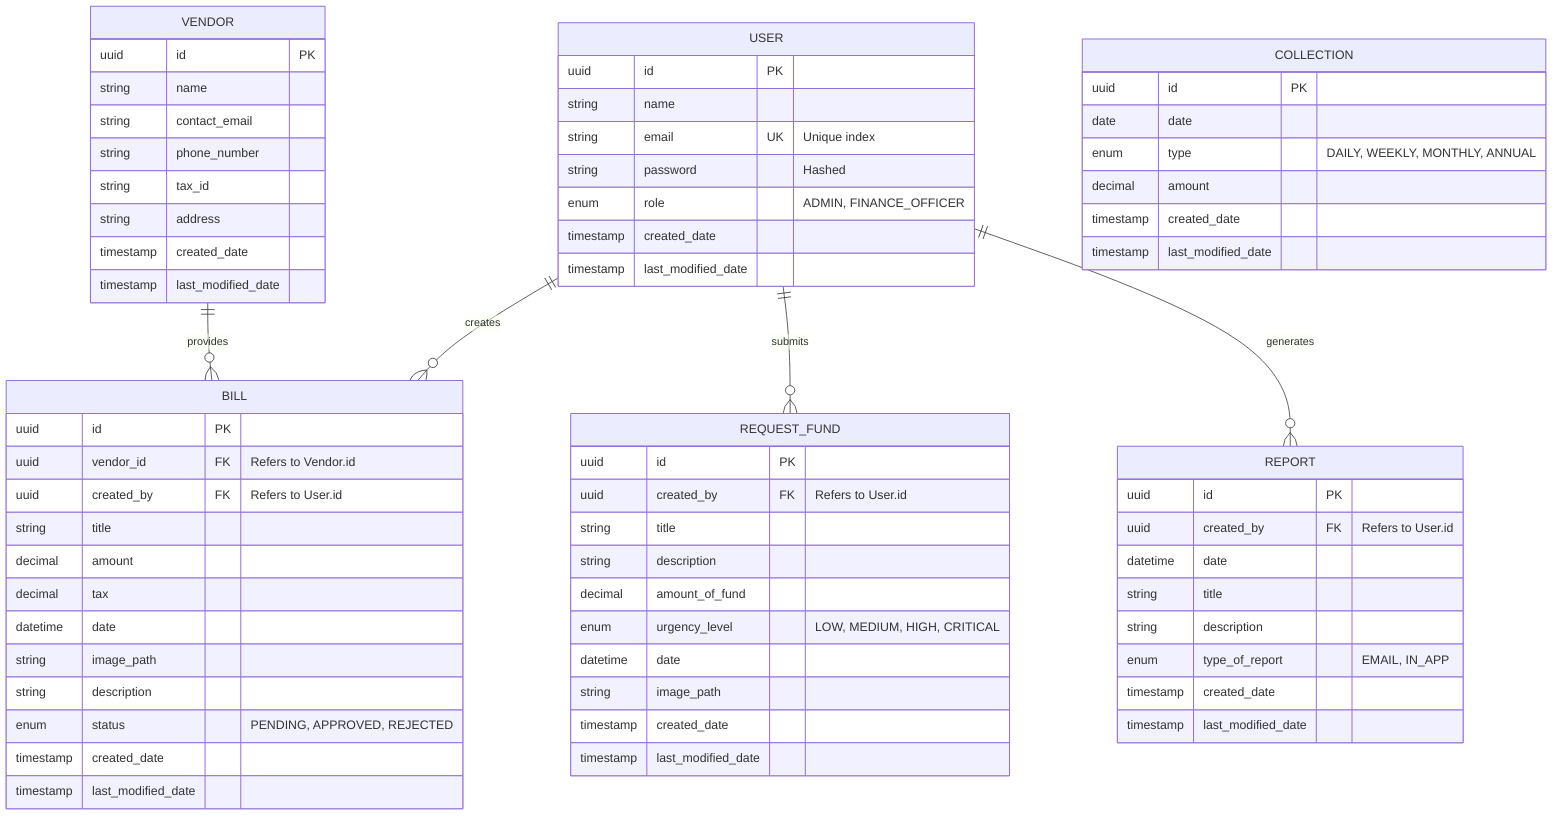
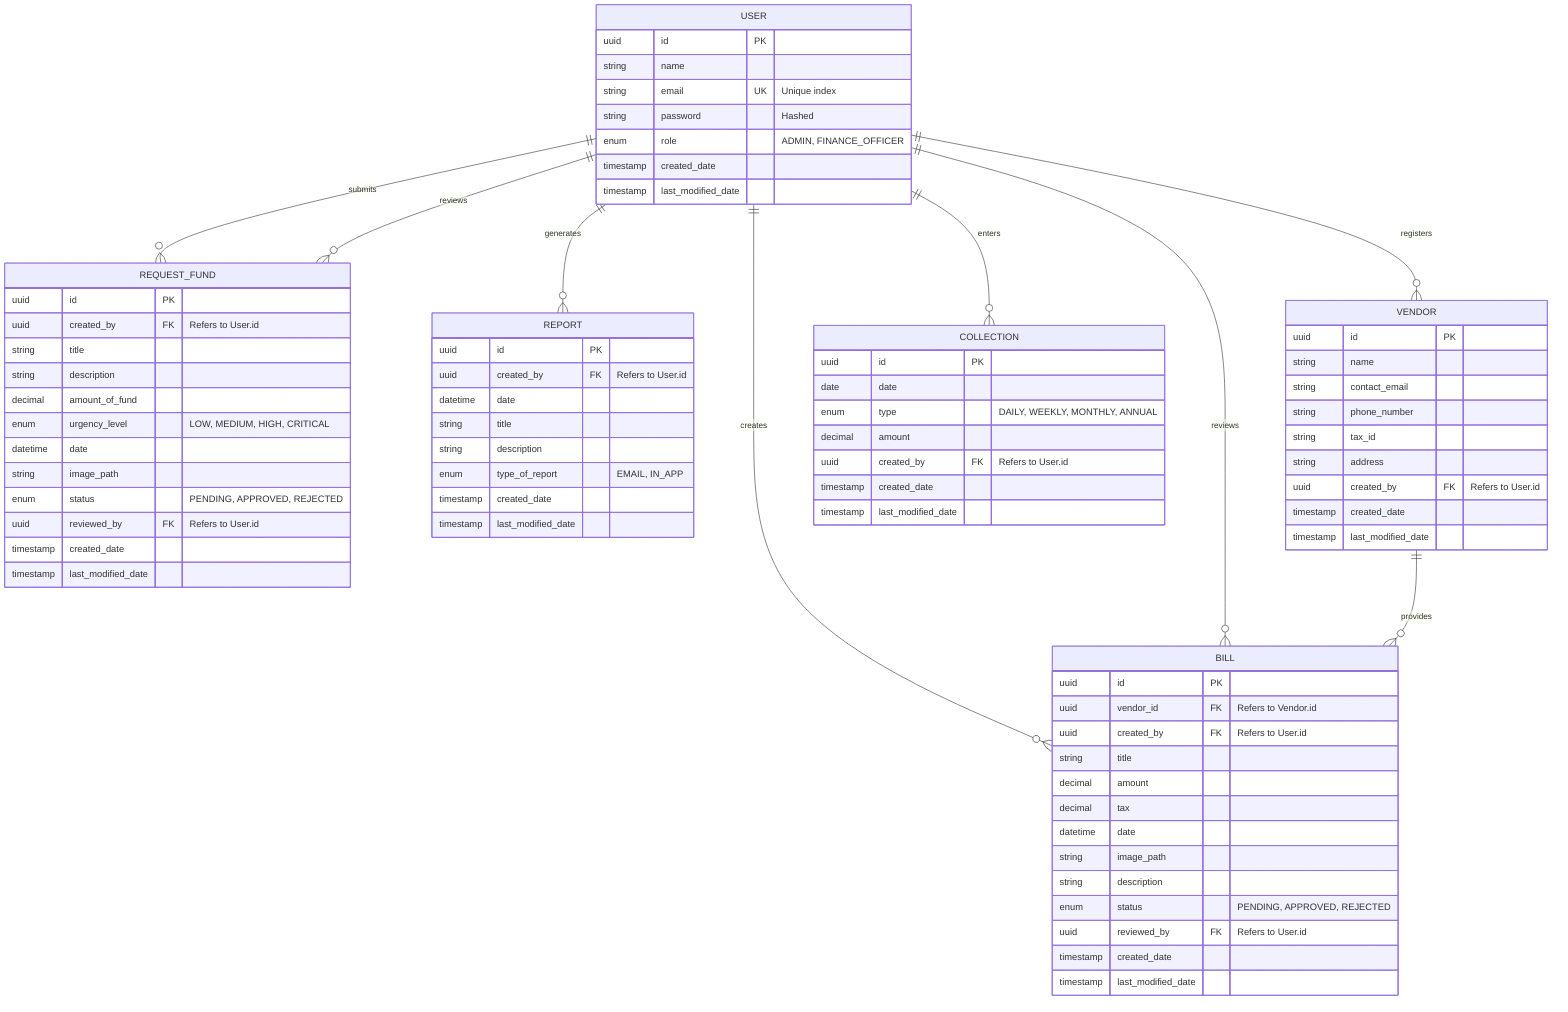
erDiagram
    %% Relationships
    USER ||--o{ BILL : "creates"
    USER ||--o{ REQUEST_FUND : "submits"
    USER ||--o{ REPORT : "generates"
+     USER ||--o{ VENDOR : "registers"
+     USER ||--o{ COLLECTION : "enters"
+     USER ||--o{ BILL : "reviews"
+     USER ||--o{ REQUEST_FUND : "reviews"
    VENDOR ||--o{ BILL : "provides"

    %% Tables
    USER {
        uuid id PK
        string name
        string email UK "Unique index"
        string password "Hashed"
        enum role "ADMIN, FINANCE_OFFICER"
        timestamp created_date
        timestamp last_modified_date
    }

    VENDOR {
        uuid id PK
        string name
        string contact_email
        string phone_number
        string tax_id
        string address
+         uuid created_by FK "Refers to User.id"
        timestamp created_date
        timestamp last_modified_date
    }

    BILL {
        uuid id PK
        uuid vendor_id FK "Refers to Vendor.id"
        uuid created_by FK "Refers to User.id"
        string title
        decimal amount
        decimal tax
        datetime date
        string image_path
        string description
        enum status "PENDING, APPROVED, REJECTED"
+         uuid reviewed_by FK "Refers to User.id"
        timestamp created_date
        timestamp last_modified_date
    }

    REQUEST_FUND {
        uuid id PK
        uuid created_by FK "Refers to User.id"
        string title
        string description
        decimal amount_of_fund
        enum urgency_level "LOW, MEDIUM, HIGH, CRITICAL"
        datetime date
        string image_path
+         enum status "PENDING, APPROVED, REJECTED"
+         uuid reviewed_by FK "Refers to User.id"
        timestamp created_date
        timestamp last_modified_date
    }

    COLLECTION {
        uuid id PK
        date date
        enum type "DAILY, WEEKLY, MONTHLY, ANNUAL"
        decimal amount
+         uuid created_by FK "Refers to User.id"
        timestamp created_date
        timestamp last_modified_date
    }

    REPORT {
        uuid id PK
        uuid created_by FK "Refers to User.id"
        datetime date
        string title
        string description
        enum type_of_report "EMAIL, IN_APP"
        timestamp created_date
        timestamp last_modified_date
    }
